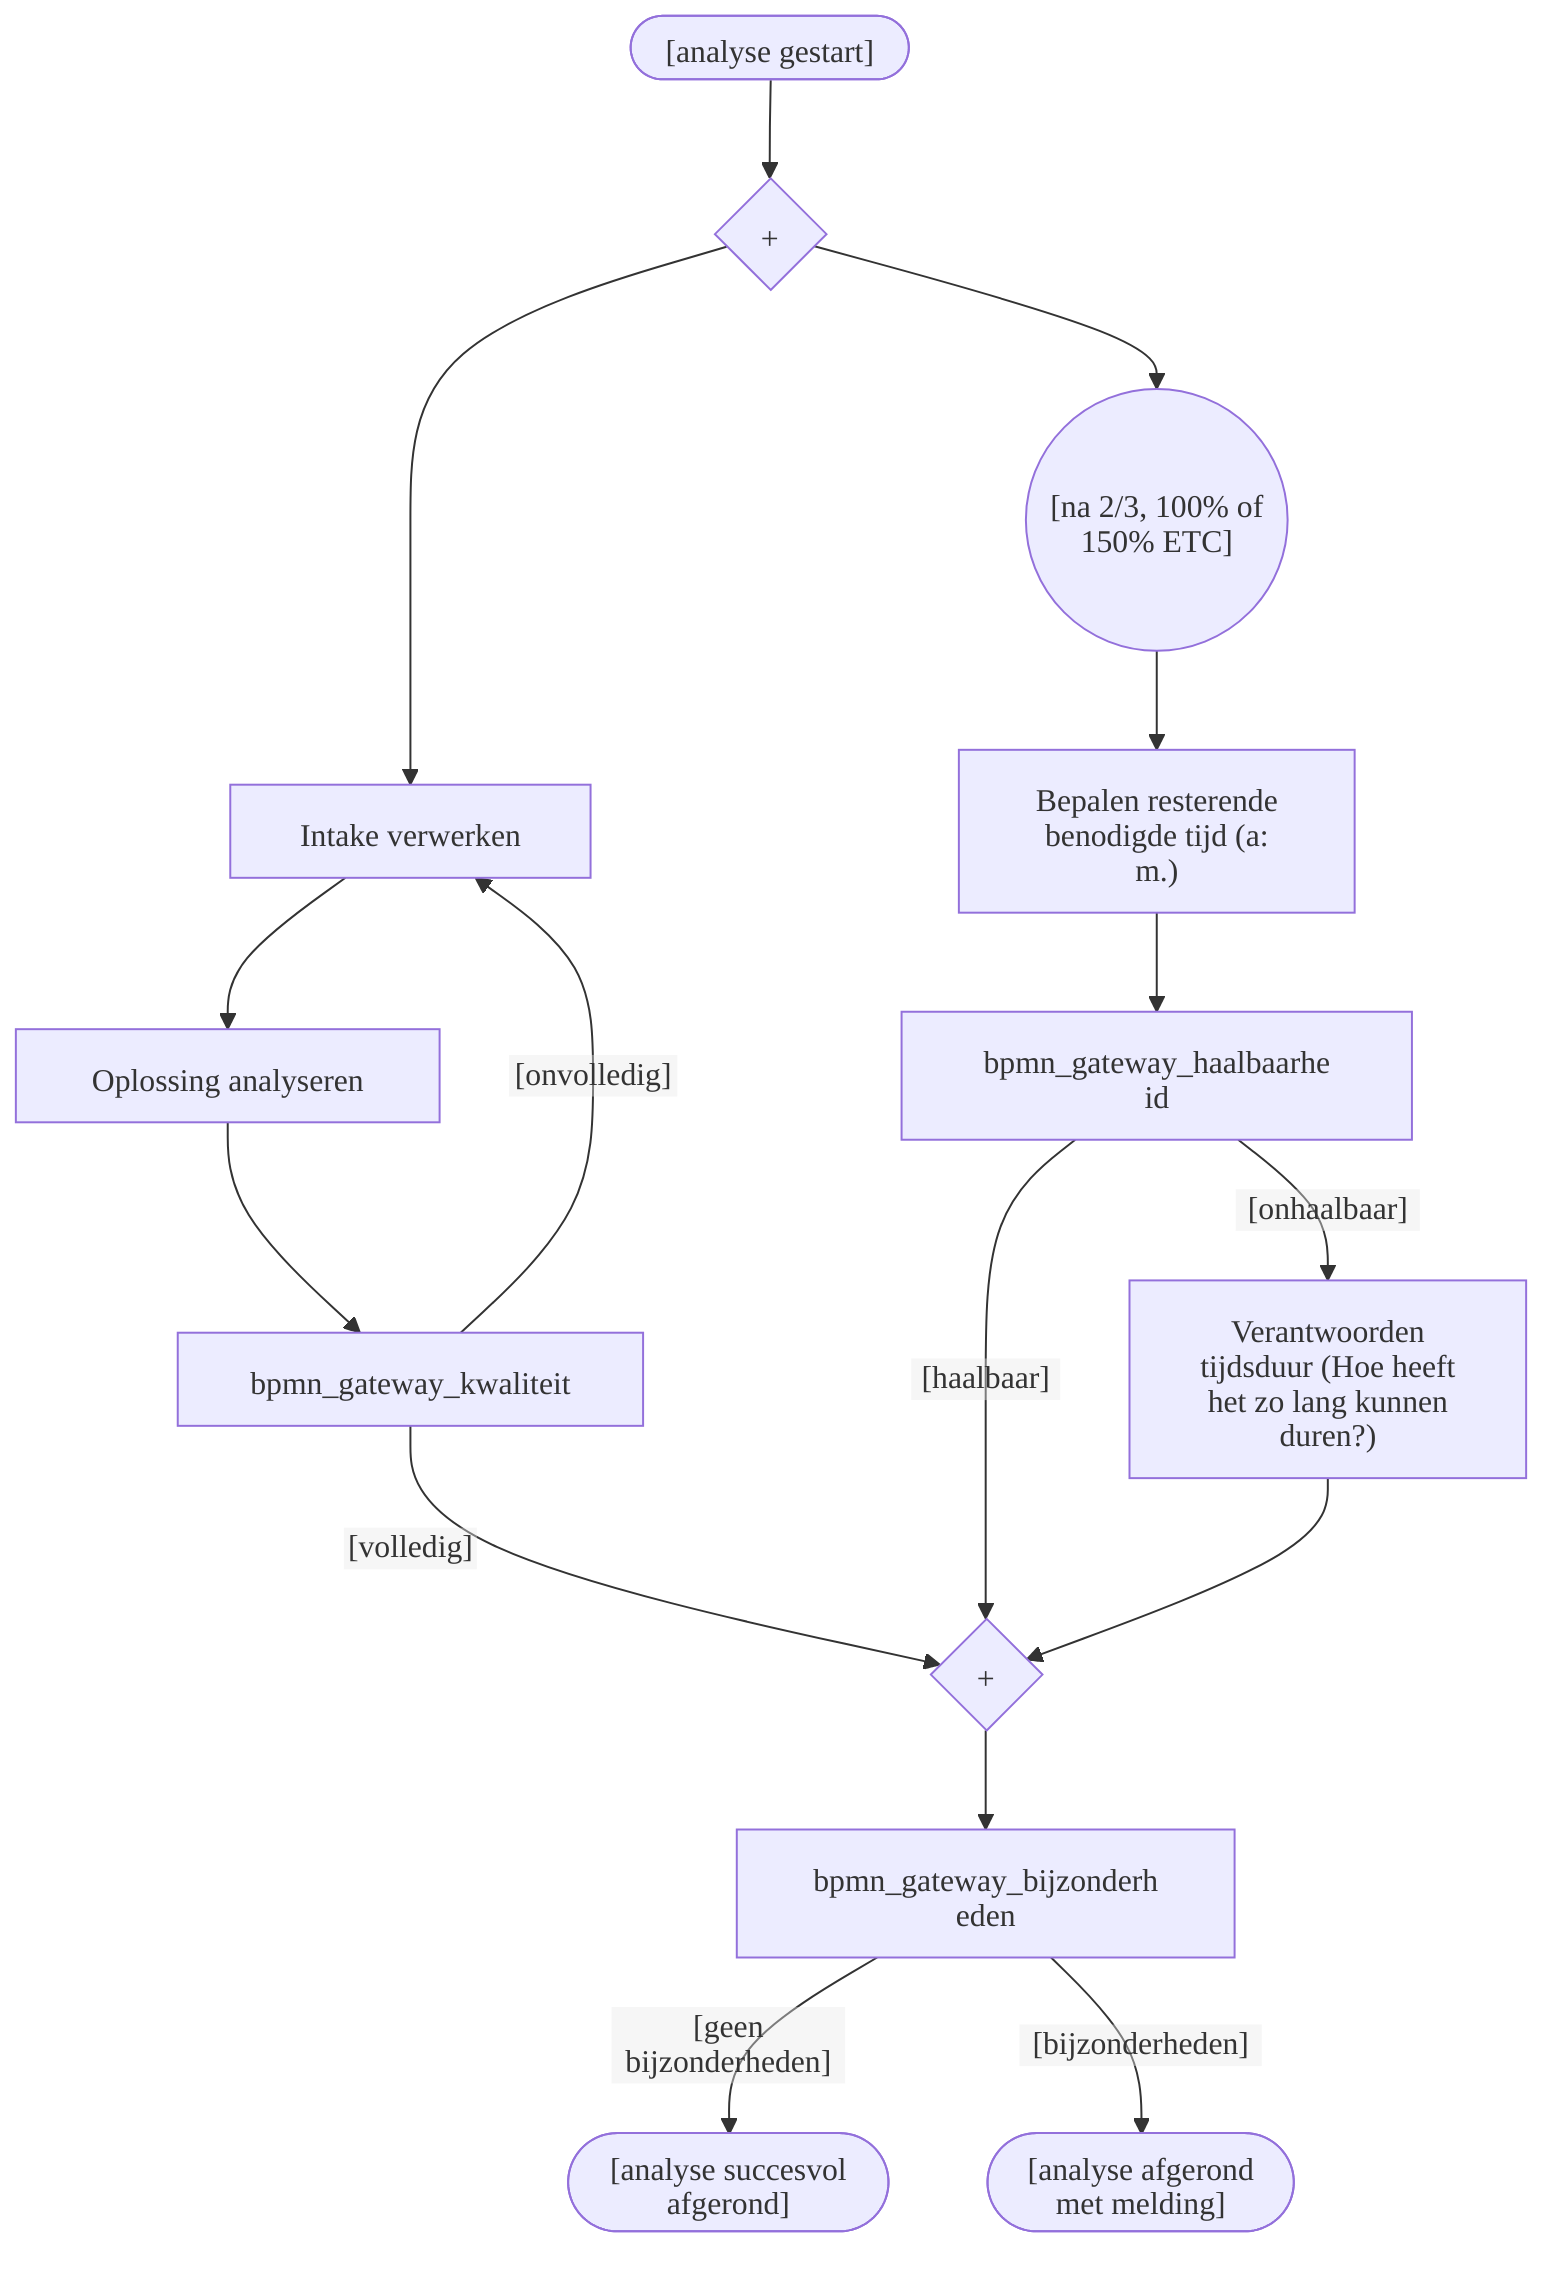
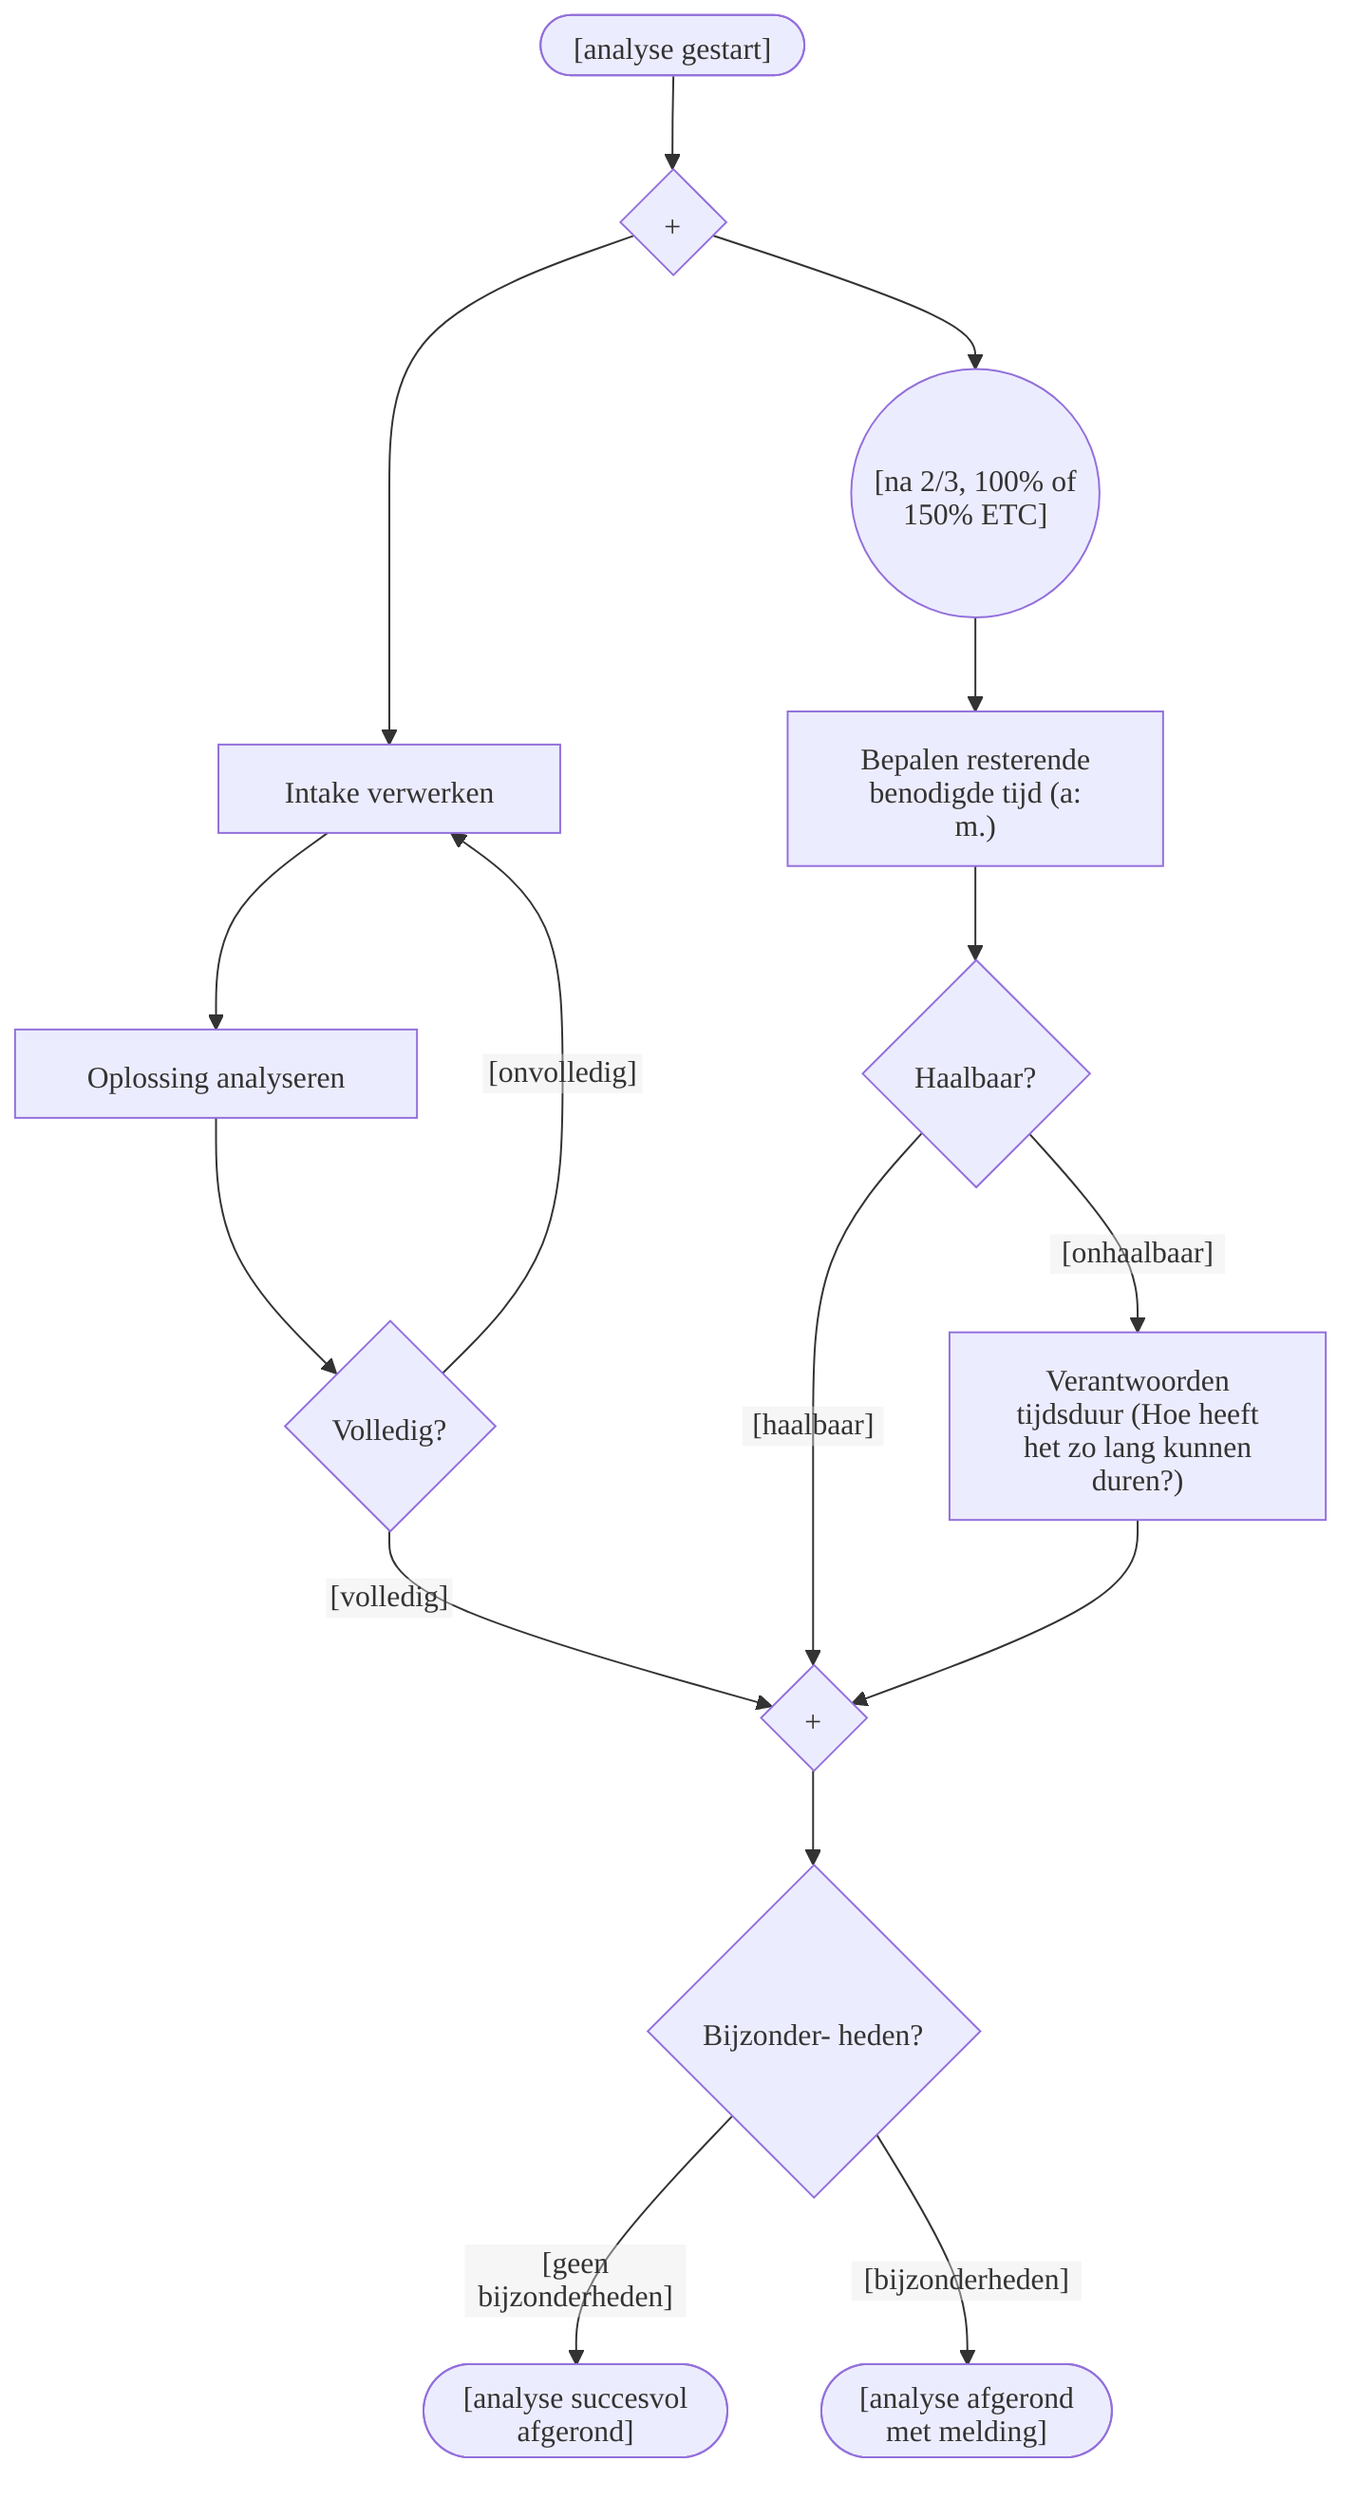
%%{init: {"htmlLabels": false, "theme": "default", "themeVariables": {"fontFamily": "sans-serif"}, "flowchart": {"htmlLabels": false}}}%%
flowchart TD
    bpmn_start_event(["[analyse gestart]"])
    bpmn_gateway_fork{"+"}
    bpmn_task_intake["Intake verwerken"]
    bpmn_task_oplossing["Oplossing analyseren"]
+     bpmn_gateway_kwaliteit{"Volledig?"}
    bpmn_event_etc(("[na 2/3, 100% of\n150% ETC]"))
    bpmn_task_inschatting["Bepalen resterende\nbenodigde tijd (a:\nm.)"]
+     bpmn_gateway_haalbaarheid{"Haalbaar?"}
    bpmn_task_verantwoording["Verantwoorden\ntijdsduur (Hoe heeft\nhet zo lang kunnen\nduren?)"]
    bpmn_gateway_join{"+"}
+     bpmn_gateway_bijzonderheden{"Bijzonder- heden?"}
    bpmn_end_regulier(["[analyse succesvol\nafgerond]"])
    bpmn_end_bijzonderheden(["[analyse afgerond\nmet melding]"])
    bpmn_gateway_kwaliteit -->|"[onvolledig]"| bpmn_task_intake
    bpmn_gateway_kwaliteit -->|"[volledig]"| bpmn_gateway_join
    bpmn_gateway_haalbaarheid -->|"[haalbaar]"| bpmn_gateway_join
    bpmn_gateway_haalbaarheid -->|"[onhaalbaar]"| bpmn_task_verantwoording
    bpmn_gateway_bijzonderheden -->|"[geen\nbijzonderheden]"| bpmn_end_regulier
    bpmn_gateway_bijzonderheden -->|"[bijzonderheden]"| bpmn_end_bijzonderheden
    bpmn_start_event --> bpmn_gateway_fork
    bpmn_gateway_fork --> bpmn_task_intake
    bpmn_gateway_fork --> bpmn_event_etc
    bpmn_task_intake --> bpmn_task_oplossing
    bpmn_task_oplossing --> bpmn_gateway_kwaliteit
    bpmn_event_etc --> bpmn_task_inschatting
    bpmn_task_inschatting --> bpmn_gateway_haalbaarheid
    bpmn_task_verantwoording --> bpmn_gateway_join
    bpmn_gateway_join --> bpmn_gateway_bijzonderheden
